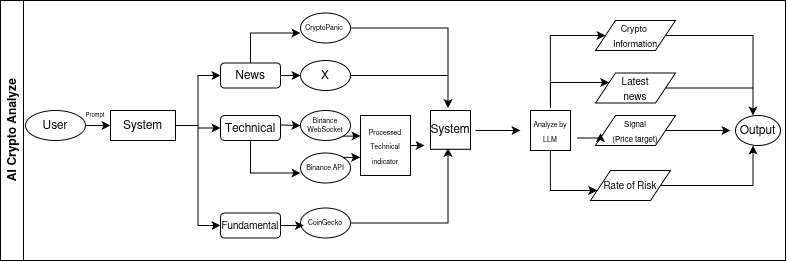
Before: Assets/betaMap.drawio.png, a diagram exported from draw.io (019-Mahansa/AI-Crypto-Analize). Source tidied: cells renumbered, new cells last; positions are measured from the earlier drawing's top-left corner, leaving out a move shared by most shapes. Its diagram source:
```xml
<mxGraphModel>
  <root>
    <mxCell id="0" />
    <mxCell id="1" parent="0" />
    <mxCell id="2" value="AI Crypto Analyze" style="swimlane;horizontal=0;whiteSpace=wrap;html=1;" parent="1" vertex="1">
      <mxGeometry width="785" height="260" as="geometry" />
    </mxCell>
    <mxCell id="3" style="edgeStyle=orthogonalEdgeStyle;rounded=0;jettySize=auto;html=1;" parent="2" edge="1" source="4" target="7">
      <mxGeometry relative="1" as="geometry" />
    </mxCell>
    <mxCell id="4" value="User" style="ellipse;whiteSpace=wrap;html=1;" parent="2" vertex="1">
      <mxGeometry x="25" y="110" width="60" height="30" as="geometry" />
    </mxCell>
    <mxCell id="5" style="edgeStyle=orthogonalEdgeStyle;rounded=0;jettySize=auto;html=1;exitX=1;exitY=0.5;exitDx=0;exitDy=0;entryX=0;entryY=0.5;entryDx=0;entryDy=0;" parent="2" edge="1" source="7" target="13">
      <mxGeometry relative="1" as="geometry" />
    </mxCell>
    <mxCell id="6" style="edgeStyle=orthogonalEdgeStyle;rounded=0;jettySize=auto;html=1;exitX=1;exitY=0.5;exitDx=0;exitDy=0;entryX=0;entryY=0.5;entryDx=0;entryDy=0;" parent="2" edge="1" source="7" target="14">
      <mxGeometry relative="1" as="geometry" />
    </mxCell>
    <mxCell id="7" value="System" style="rounded=0;whiteSpace=wrap;html=1;" parent="2" vertex="1">
      <mxGeometry x="110" y="110" width="65" height="30" as="geometry" />
    </mxCell>
    <mxCell id="8" value="Prompt" style="text;html=1;whiteSpace=wrap;strokeColor=none;fillColor=none;align=center;verticalAlign=middle;rounded=0;fontSize=6;" parent="2" vertex="1">
      <mxGeometry x="80" y="105" width="30" height="20" as="geometry" />
    </mxCell>
    <mxCell id="9" style="edgeStyle=orthogonalEdgeStyle;rounded=0;jettySize=auto;html=1;entryX=0;entryY=0.667;entryDx=0;entryDy=0;entryPerimeter=0;" parent="2" edge="1" source="10" target="20">
      <mxGeometry relative="1" as="geometry">
        <Array as="points">
          <mxPoint x="250" y="172.5" />
        </Array>
      </mxGeometry>
    </mxCell>
    <mxCell id="10" value="Technical" style="rounded=1;whiteSpace=wrap;html=1;" parent="2" vertex="1">
      <mxGeometry x="220" y="115" width="60" height="25" as="geometry" />
    </mxCell>
    <mxCell id="11" style="edgeStyle=orthogonalEdgeStyle;rounded=0;jettySize=auto;html=1;" parent="2" edge="1" source="13" target="19">
      <mxGeometry relative="1" as="geometry" />
    </mxCell>
    <mxCell id="12" style="edgeStyle=orthogonalEdgeStyle;rounded=0;orthogonalLoop=1;jettySize=auto;html=1;exitX=0.5;exitY=0;exitDx=0;exitDy=0;entryX=0;entryY=0.333;entryDx=0;entryDy=0;entryPerimeter=0;" parent="2" edge="1">
      <mxGeometry relative="1" as="geometry">
        <mxPoint x="250" y="72.5" as="sourcePoint" />
        <mxPoint x="300" y="32.5" as="targetPoint" />
        <Array as="points">
          <mxPoint x="250" y="32.5" />
        </Array>
      </mxGeometry>
    </mxCell>
    <mxCell id="13" value="News" style="rounded=1;whiteSpace=wrap;html=1;" parent="2" vertex="1">
      <mxGeometry x="220" y="62.5" width="60" height="25" as="geometry" />
    </mxCell>
    <mxCell id="14" value="&lt;font style=&quot;font-size: 10px;&quot;&gt;Fundamental&lt;/font&gt;" style="rounded=1;whiteSpace=wrap;html=1;" parent="2" vertex="1">
      <mxGeometry x="220" y="212.5" width="60" height="25" as="geometry" />
    </mxCell>
    <mxCell id="15" style="edgeStyle=orthogonalEdgeStyle;rounded=0;jettySize=auto;html=1;exitX=1;exitY=0.5;exitDx=0;exitDy=0;entryX=0;entryY=0.5;entryDx=0;entryDy=0;" parent="2" edge="1" source="7" target="10">
      <mxGeometry relative="1" as="geometry" />
    </mxCell>
    <mxCell id="16" style="edgeStyle=orthogonalEdgeStyle;rounded=0;orthogonalLoop=1;jettySize=auto;html=1;exitX=1;exitY=0.5;exitDx=0;exitDy=0;" parent="2" edge="1">
      <mxGeometry relative="1" as="geometry">
        <mxPoint x="350" y="27.5" as="sourcePoint" />
        <mxPoint x="447.5" y="107.5" as="targetPoint" />
      </mxGeometry>
    </mxCell>
    <mxCell id="17" value="CryptoPanic&amp;nbsp;" style="ellipse;whiteSpace=wrap;html=1;fontSize=7;" parent="2" vertex="1">
      <mxGeometry x="300" y="12.5" width="50" height="30" as="geometry" />
    </mxCell>
    <mxCell id="18" style="edgeStyle=orthogonalEdgeStyle;rounded=0;jettySize=auto;html=1;exitX=1;exitY=0.5;exitDx=0;exitDy=0;" parent="2" edge="1" source="19">
      <mxGeometry relative="1" as="geometry">
        <mxPoint x="447.5" y="107.5" as="targetPoint" />
      </mxGeometry>
    </mxCell>
    <mxCell id="19" value="X" style="ellipse;whiteSpace=wrap;html=1;" parent="2" vertex="1">
      <mxGeometry x="300" y="60" width="50" height="30" as="geometry" />
    </mxCell>
    <mxCell id="20" value="&lt;font style=&quot;font-size: 7px;&quot;&gt;Binance API&lt;/font&gt;" style="ellipse;whiteSpace=wrap;html=1;fontSize=4;" parent="2" vertex="1">
      <mxGeometry x="300" y="152.5" width="50" height="30" as="geometry" />
    </mxCell>
    <mxCell id="21" value="&lt;font style=&quot;font-size: 7px;&quot;&gt;Binance WebSocket&lt;/font&gt;" style="ellipse;whiteSpace=wrap;html=1;fontSize=4;" parent="2" vertex="1">
      <mxGeometry x="300" y="110" width="50" height="30" as="geometry" />
    </mxCell>
    <mxCell id="22" style="edgeStyle=orthogonalEdgeStyle;rounded=0;orthogonalLoop=1;jettySize=auto;html=1;exitX=1;exitY=0.5;exitDx=0;exitDy=0;entryX=0.5;entryY=1;entryDx=0;entryDy=0;" parent="2" edge="1">
      <mxGeometry relative="1" as="geometry">
        <mxPoint x="350" y="222.5" as="sourcePoint" />
        <mxPoint x="447.5" y="147.5" as="targetPoint" />
      </mxGeometry>
    </mxCell>
    <mxCell id="23" value="&lt;font style=&quot;font-size: 7px;&quot;&gt;CoinGecko &lt;/font&gt;" style="ellipse;whiteSpace=wrap;html=1;fontSize=4;" parent="2" vertex="1">
      <mxGeometry x="300" y="207.5" width="50" height="30" as="geometry" />
    </mxCell>
    <mxCell id="24" style="edgeStyle=orthogonalEdgeStyle;rounded=0;orthogonalLoop=1;jettySize=auto;html=1;exitX=1;exitY=0.5;exitDx=0;exitDy=0;" parent="2" edge="1">
      <mxGeometry relative="1" as="geometry">
        <mxPoint x="475" y="130" as="sourcePoint" />
        <mxPoint x="520" y="130" as="targetPoint" />
      </mxGeometry>
    </mxCell>
    <mxCell id="25" style="edgeStyle=orthogonalEdgeStyle;rounded=0;jettySize=auto;html=1;entryX=0.5;entryY=0;entryDx=0;entryDy=0;" parent="2" edge="1" source="26">
      <mxGeometry relative="1" as="geometry">
        <mxPoint x="752.5" y="115" as="targetPoint" />
      </mxGeometry>
    </mxCell>
    <mxCell id="26" value="&lt;font style=&quot;font-size: 9px;&quot;&gt;Crypto&amp;nbsp;&lt;/font&gt;&lt;div&gt;&lt;font style=&quot;font-size: 9px;&quot;&gt;Information&lt;/font&gt;&lt;/div&gt;" style="shape=parallelogram;perimeter=parallelogramPerimeter;whiteSpace=wrap;html=1;fixedSize=1;" parent="2" vertex="1">
      <mxGeometry x="595" y="20" width="80" height="30" as="geometry" />
    </mxCell>
    <mxCell id="27" style="edgeStyle=orthogonalEdgeStyle;rounded=0;jettySize=auto;html=1;exitX=1;exitY=0.5;exitDx=0;exitDy=0;entryX=0.5;entryY=0;entryDx=0;entryDy=0;" parent="2" edge="1" source="28">
      <mxGeometry relative="1" as="geometry">
        <mxPoint x="752.5" y="115" as="targetPoint" />
      </mxGeometry>
    </mxCell>
    <mxCell id="28" value="&lt;font size=&quot;1&quot;&gt;Latest&lt;/font&gt;&lt;div&gt;&lt;font size=&quot;1&quot;&gt;news&lt;/font&gt;&lt;/div&gt;" style="shape=parallelogram;perimeter=parallelogramPerimeter;whiteSpace=wrap;html=1;fixedSize=1;" parent="2" vertex="1">
      <mxGeometry x="595" y="72.5" width="80" height="30" as="geometry" />
    </mxCell>
    <mxCell id="29" style="edgeStyle=orthogonalEdgeStyle;rounded=0;jettySize=auto;html=1;exitX=1;exitY=0.5;exitDx=0;exitDy=0;entryX=0;entryY=0.5;entryDx=0;entryDy=0;" parent="2" edge="1" source="30">
      <mxGeometry relative="1" as="geometry">
        <mxPoint x="730" y="130" as="targetPoint" />
      </mxGeometry>
    </mxCell>
    <mxCell id="30" value="&lt;span style=&quot;font-size: 8px;&quot;&gt;Signal&lt;/span&gt;&lt;div&gt;&lt;span style=&quot;font-size: 8px;&quot;&gt;(Price target)&lt;/span&gt;&lt;/div&gt;" style="shape=parallelogram;perimeter=parallelogramPerimeter;whiteSpace=wrap;html=1;fixedSize=1;" parent="2" vertex="1">
      <mxGeometry x="595" y="115" width="80" height="30" as="geometry" />
    </mxCell>
    <mxCell id="31" style="edgeStyle=orthogonalEdgeStyle;rounded=0;jettySize=auto;html=1;exitX=1;exitY=0.5;exitDx=0;exitDy=0;" parent="2" edge="1" source="32">
      <mxGeometry relative="1" as="geometry">
        <mxPoint x="752.5" y="145" as="targetPoint" />
      </mxGeometry>
    </mxCell>
    <mxCell id="32" value="&lt;font size=&quot;1&quot;&gt;Rate of Risk&lt;/font&gt;" style="shape=parallelogram;perimeter=parallelogramPerimeter;whiteSpace=wrap;html=1;fixedSize=1;" parent="2" vertex="1">
      <mxGeometry x="590" y="170" width="80" height="30" as="geometry" />
    </mxCell>
    <mxCell id="33" value="Output" style="ellipse;whiteSpace=wrap;html=1;" parent="2" vertex="1">
      <mxGeometry x="735" y="115" width="45" height="30" as="geometry" />
    </mxCell>
    <mxCell id="34" style="edgeStyle=orthogonalEdgeStyle;rounded=0;jettySize=auto;html=1;" parent="2" edge="1" target="26">
      <mxGeometry relative="1" as="geometry">
        <mxPoint x="549.9" y="102.5" as="sourcePoint" />
        <Array as="points">
          <mxPoint x="550" y="35" />
        </Array>
      </mxGeometry>
    </mxCell>
    <mxCell id="35" style="edgeStyle=orthogonalEdgeStyle;rounded=0;jettySize=auto;html=1;" parent="2" edge="1" target="32">
      <mxGeometry relative="1" as="geometry">
        <mxPoint x="549.9" y="145" as="sourcePoint" />
        <Array as="points">
          <mxPoint x="550" y="190" />
        </Array>
      </mxGeometry>
    </mxCell>
    <mxCell id="36" style="edgeStyle=orthogonalEdgeStyle;rounded=0;jettySize=auto;html=1;" parent="2" edge="1" target="28">
      <mxGeometry relative="1" as="geometry">
        <mxPoint x="550" y="107.5" as="sourcePoint" />
        <Array as="points">
          <mxPoint x="550" y="82" />
        </Array>
      </mxGeometry>
    </mxCell>
    <mxCell id="37" style="edgeStyle=orthogonalEdgeStyle;rounded=0;jettySize=auto;html=1;exitX=1;exitY=0.5;exitDx=0;exitDy=0;entryX=0.067;entryY=0.551;entryDx=0;entryDy=0;entryPerimeter=0;" parent="2" edge="1" source="14" target="23">
      <mxGeometry relative="1" as="geometry" />
    </mxCell>
    <mxCell id="38" style="endArrow=classic;html=1;rounded=0;" parent="2" edge="1" target="21">
      <mxGeometry relative="1" as="geometry">
        <mxPoint x="280" y="124.5" as="sourcePoint" />
      </mxGeometry>
    </mxCell>
    <mxCell id="39" style="edgeStyle=orthogonalEdgeStyle;rounded=0;jettySize=auto;html=1;exitX=1;exitY=0.75;exitDx=0;exitDy=0;entryX=0.063;entryY=0.59;entryDx=0;entryDy=0;entryPerimeter=0;" parent="2" edge="1" target="30">
      <mxGeometry relative="1" as="geometry">
        <mxPoint x="576.7" y="137.5" as="sourcePoint" />
      </mxGeometry>
    </mxCell>
    <mxCell id="40" value="&lt;span style=&quot;font-size: 7px;&quot;&gt;Processed&lt;/span&gt;&lt;br&gt;&lt;div&gt;&lt;font style=&quot;font-size: 7px;&quot;&gt;Technical indicator&lt;/font&gt;&lt;/div&gt;" style="rounded=0;whiteSpace=wrap;html=1;" parent="2" vertex="1">
      <mxGeometry x="360" y="115" width="50" height="60" as="geometry" />
    </mxCell>
    <mxCell id="41" style="edgeStyle=orthogonalEdgeStyle;rounded=0;jettySize=auto;html=1;exitX=1;exitY=0.5;exitDx=0;exitDy=0;entryX=0.064;entryY=0.882;entryDx=0;entryDy=0;entryPerimeter=0;" parent="2" edge="1" source="40">
      <mxGeometry relative="1" as="geometry">
        <mxPoint x="424.2" y="145.3" as="targetPoint" />
      </mxGeometry>
    </mxCell>
    <mxCell id="42" style="edgeStyle=orthogonalEdgeStyle;rounded=0;jettySize=auto;html=1;exitX=1;exitY=1;exitDx=0;exitDy=0;entryX=0;entryY=0.343;entryDx=0;entryDy=0;entryPerimeter=0;" parent="2" edge="1" source="21" target="40">
      <mxGeometry relative="1" as="geometry" />
    </mxCell>
    <mxCell id="43" style="edgeStyle=orthogonalEdgeStyle;rounded=0;jettySize=auto;html=1;exitX=1;exitY=0;exitDx=0;exitDy=0;entryX=-0.009;entryY=0.695;entryDx=0;entryDy=0;entryPerimeter=0;" parent="2" edge="1" source="20" target="40">
      <mxGeometry relative="1" as="geometry" />
    </mxCell>
    <mxCell id="44" value="System" style="rounded=0;whiteSpace=wrap;html=1;" parent="2" vertex="1">
      <mxGeometry x="430" y="110" width="40" height="38.8" as="geometry" />
    </mxCell>
    <mxCell id="45" value="&lt;font style=&quot;font-size: 7px;&quot;&gt;Analyze by&lt;/font&gt;&lt;div&gt;&lt;font style=&quot;font-size: 7px;&quot;&gt;LLM&lt;/font&gt;&lt;/div&gt;" style="rounded=0;whiteSpace=wrap;html=1;" parent="2" vertex="1">
      <mxGeometry x="530" y="110" width="40" height="40" as="geometry" />
    </mxCell>
  </root>
</mxGraphModel>
```
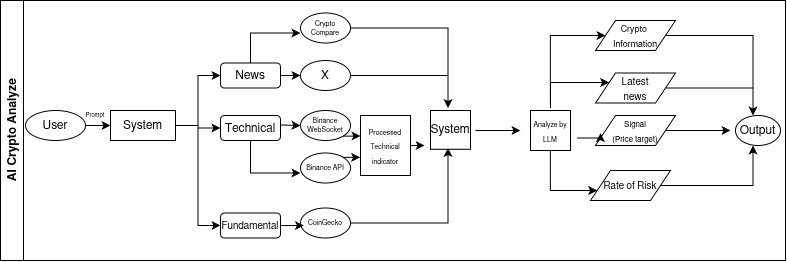
The same file after the commit.

Change to the diagram source:
```diff
@@ -60,7 +60,7 @@
         <mxPoint x="447.5" y="107.5" as="targetPoint" />
       </mxGeometry>
     </mxCell>
-    <mxCell id="17" value="CryptoPanic&amp;nbsp;" style="ellipse;whiteSpace=wrap;html=1;fontSize=7;" parent="2" vertex="1">
+    <mxCell id="17" value="Crypto Compare" style="ellipse;whiteSpace=wrap;html=1;fontSize=7;" parent="2" vertex="1">
       <mxGeometry x="300" y="12.5" width="50" height="30" as="geometry" />
     </mxCell>
     <mxCell id="18" style="edgeStyle=orthogonalEdgeStyle;rounded=0;jettySize=auto;html=1;exitX=1;exitY=0.5;exitDx=0;exitDy=0;" parent="2" edge="1" source="19">
```
